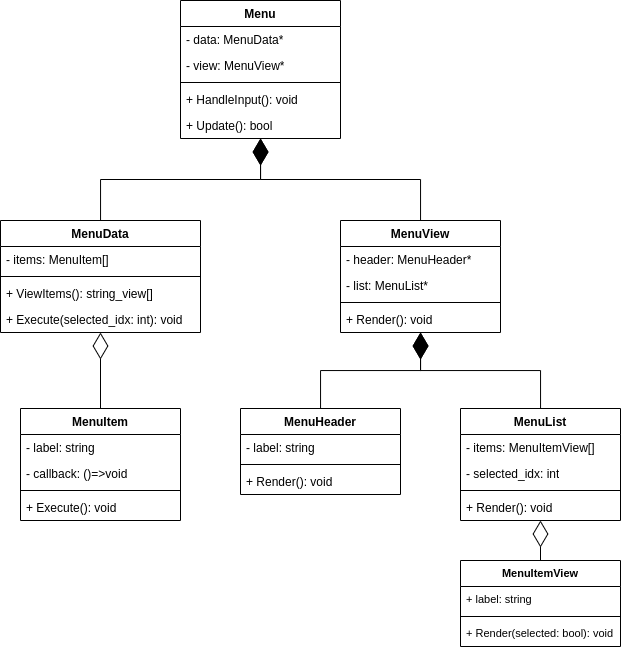
Before: docs/diagrams/classes.drawio.png, a diagram exported from draw.io (fpmi-tp2023/labrabota5pr2-fluffy-kittens). Source tidied: cells renumbered, new cells last; positions are measured from the earlier drawing's top-left corner, leaving out a move shared by most shapes. The source it was exported from:
```xml
<mxGraphModel>
  <root>
    <mxCell id="0" />
    <mxCell id="1" parent="0" />
    <mxCell id="2" value="Menu" style="swimlane;fontStyle=1;align=center;verticalAlign=top;horizontal=1;startSize=26;whiteSpace=wrap;html=1;" parent="1" vertex="1">
      <mxGeometry x="180" width="160" height="138" as="geometry" />
    </mxCell>
    <mxCell id="3" value="- data: MenuData*" style="text;strokeColor=none;fillColor=none;align=left;verticalAlign=top;spacingLeft=4;spacingRight=4;overflow=hidden;whiteSpace=wrap;html=1;" parent="2" vertex="1">
      <mxGeometry y="26" width="160" height="26" as="geometry" />
    </mxCell>
    <mxCell id="4" value="- view: MenuView*" style="text;strokeColor=none;fillColor=none;align=left;verticalAlign=top;spacingLeft=4;spacingRight=4;overflow=hidden;whiteSpace=wrap;html=1;" parent="2" vertex="1">
      <mxGeometry y="52" width="160" height="26" as="geometry" />
    </mxCell>
    <mxCell id="5" style="line;strokeWidth=1;fillColor=none;align=left;verticalAlign=middle;spacingTop=-1;spacingLeft=3;spacingRight=3;labelPosition=right;strokeColor=inherit;" parent="2" vertex="1">
      <mxGeometry y="78" width="160" height="8" as="geometry" />
    </mxCell>
    <mxCell id="6" value="+ HandleInput(): void" style="text;strokeColor=none;fillColor=none;align=left;verticalAlign=top;spacingLeft=4;spacingRight=4;overflow=hidden;whiteSpace=wrap;html=1;" parent="2" vertex="1">
      <mxGeometry y="86" width="160" height="26" as="geometry" />
    </mxCell>
    <mxCell id="7" value="+ Update(): bool" style="text;strokeColor=none;fillColor=none;align=left;verticalAlign=top;spacingLeft=4;spacingRight=4;overflow=hidden;whiteSpace=wrap;html=1;" parent="2" vertex="1">
      <mxGeometry y="112" width="160" height="26" as="geometry" />
    </mxCell>
    <mxCell id="8" value="MenuData" style="swimlane;fontStyle=1;align=center;verticalAlign=top;horizontal=1;startSize=26;whiteSpace=wrap;html=1;" parent="1" vertex="1">
      <mxGeometry y="220" width="200" height="112" as="geometry" />
    </mxCell>
    <mxCell id="9" value="- items: MenuItem[]" style="text;strokeColor=none;fillColor=none;align=left;verticalAlign=top;spacingLeft=4;spacingRight=4;overflow=hidden;whiteSpace=wrap;html=1;" parent="8" vertex="1">
      <mxGeometry y="26" width="200" height="26" as="geometry" />
    </mxCell>
    <mxCell id="10" style="line;strokeWidth=1;fillColor=none;align=left;verticalAlign=middle;spacingTop=-1;spacingLeft=3;spacingRight=3;labelPosition=right;strokeColor=inherit;" parent="8" vertex="1">
      <mxGeometry y="52" width="200" height="8" as="geometry" />
    </mxCell>
    <mxCell id="11" value="+ ViewItems(): string_view[]" style="text;strokeColor=none;fillColor=none;align=left;verticalAlign=top;spacingLeft=4;spacingRight=4;overflow=hidden;whiteSpace=wrap;html=1;" parent="8" vertex="1">
      <mxGeometry y="60" width="200" height="26" as="geometry" />
    </mxCell>
    <mxCell id="12" value="+ Execute(selected_idx: int): void" style="text;strokeColor=none;fillColor=none;align=left;verticalAlign=top;spacingLeft=4;spacingRight=4;overflow=hidden;whiteSpace=wrap;html=1;" parent="8" vertex="1">
      <mxGeometry y="86" width="200" height="26" as="geometry" />
    </mxCell>
    <mxCell id="13" value="MenuView" style="swimlane;fontStyle=1;align=center;verticalAlign=top;horizontal=1;startSize=26;whiteSpace=wrap;html=1;" parent="1" vertex="1">
      <mxGeometry x="340" y="220" width="160" height="112" as="geometry" />
    </mxCell>
    <mxCell id="14" value="- header: MenuHeader*" style="text;strokeColor=none;fillColor=none;align=left;verticalAlign=top;spacingLeft=4;spacingRight=4;overflow=hidden;whiteSpace=wrap;html=1;" parent="13" vertex="1">
      <mxGeometry y="26" width="160" height="26" as="geometry" />
    </mxCell>
    <mxCell id="15" value="- list: MenuList*" style="text;strokeColor=none;fillColor=none;align=left;verticalAlign=top;spacingLeft=4;spacingRight=4;overflow=hidden;whiteSpace=wrap;html=1;" parent="13" vertex="1">
      <mxGeometry y="52" width="160" height="26" as="geometry" />
    </mxCell>
    <mxCell id="16" style="line;strokeWidth=1;fillColor=none;align=left;verticalAlign=middle;spacingTop=-1;spacingLeft=3;spacingRight=3;labelPosition=right;strokeColor=inherit;" parent="13" vertex="1">
      <mxGeometry y="78" width="160" height="8" as="geometry" />
    </mxCell>
    <mxCell id="17" value="+ Render(): void" style="text;strokeColor=none;fillColor=none;align=left;verticalAlign=top;spacingLeft=4;spacingRight=4;overflow=hidden;whiteSpace=wrap;html=1;" parent="13" vertex="1">
      <mxGeometry y="86" width="160" height="26" as="geometry" />
    </mxCell>
    <mxCell id="18" value="MenuItem" style="swimlane;fontStyle=1;align=center;verticalAlign=top;horizontal=1;startSize=26;whiteSpace=wrap;html=1;" parent="1" vertex="1">
      <mxGeometry x="20" y="408" width="160" height="112" as="geometry" />
    </mxCell>
    <mxCell id="19" value="- label: string" style="text;strokeColor=none;fillColor=none;align=left;verticalAlign=top;spacingLeft=4;spacingRight=4;overflow=hidden;whiteSpace=wrap;html=1;" parent="18" vertex="1">
      <mxGeometry y="26" width="160" height="26" as="geometry" />
    </mxCell>
    <mxCell id="20" value="- callback: ()=&amp;gt;void" style="text;strokeColor=none;fillColor=none;align=left;verticalAlign=top;spacingLeft=4;spacingRight=4;overflow=hidden;whiteSpace=wrap;html=1;" parent="18" vertex="1">
      <mxGeometry y="52" width="160" height="26" as="geometry" />
    </mxCell>
    <mxCell id="21" style="line;strokeWidth=1;fillColor=none;align=left;verticalAlign=middle;spacingTop=-1;spacingLeft=3;spacingRight=3;labelPosition=right;strokeColor=inherit;" parent="18" vertex="1">
      <mxGeometry y="78" width="160" height="8" as="geometry" />
    </mxCell>
    <mxCell id="22" value="+ Execute(): void" style="text;strokeColor=none;fillColor=none;align=left;verticalAlign=top;spacingLeft=4;spacingRight=4;overflow=hidden;whiteSpace=wrap;html=1;" parent="18" vertex="1">
      <mxGeometry y="86" width="160" height="26" as="geometry" />
    </mxCell>
    <mxCell id="23" value="MenuHeader" style="swimlane;fontStyle=1;align=center;verticalAlign=top;horizontal=1;startSize=26;whiteSpace=wrap;html=1;" parent="1" vertex="1">
      <mxGeometry x="240" y="408" width="160" height="86" as="geometry" />
    </mxCell>
    <mxCell id="24" value="- label: string" style="text;strokeColor=none;fillColor=none;align=left;verticalAlign=top;spacingLeft=4;spacingRight=4;overflow=hidden;whiteSpace=wrap;html=1;" parent="23" vertex="1">
      <mxGeometry y="26" width="160" height="26" as="geometry" />
    </mxCell>
    <mxCell id="25" style="line;strokeWidth=1;fillColor=none;align=left;verticalAlign=middle;spacingTop=-1;spacingLeft=3;spacingRight=3;labelPosition=right;strokeColor=inherit;" parent="23" vertex="1">
      <mxGeometry y="52" width="160" height="8" as="geometry" />
    </mxCell>
    <mxCell id="26" value="+ Render(): void" style="text;strokeColor=none;fillColor=none;align=left;verticalAlign=top;spacingLeft=4;spacingRight=4;overflow=hidden;whiteSpace=wrap;html=1;" parent="23" vertex="1">
      <mxGeometry y="60" width="160" height="26" as="geometry" />
    </mxCell>
    <mxCell id="27" value="MenuList" style="swimlane;fontStyle=1;align=center;verticalAlign=top;horizontal=1;startSize=26;whiteSpace=wrap;html=1;" parent="1" vertex="1">
      <mxGeometry x="460" y="408" width="160" height="112" as="geometry" />
    </mxCell>
    <mxCell id="28" value="- items: MenuItemView[]" style="text;strokeColor=none;fillColor=none;align=left;verticalAlign=top;spacingLeft=4;spacingRight=4;overflow=hidden;whiteSpace=wrap;html=1;" parent="27" vertex="1">
      <mxGeometry y="26" width="160" height="26" as="geometry" />
    </mxCell>
    <mxCell id="29" value="- selected_idx: int" style="text;strokeColor=none;fillColor=none;align=left;verticalAlign=top;spacingLeft=4;spacingRight=4;overflow=hidden;whiteSpace=wrap;html=1;" parent="27" vertex="1">
      <mxGeometry y="52" width="160" height="26" as="geometry" />
    </mxCell>
    <mxCell id="30" style="line;strokeWidth=1;fillColor=none;align=left;verticalAlign=middle;spacingTop=-1;spacingLeft=3;spacingRight=3;labelPosition=right;strokeColor=inherit;" parent="27" vertex="1">
      <mxGeometry y="78" width="160" height="8" as="geometry" />
    </mxCell>
    <mxCell id="31" value="+ Render(): void" style="text;strokeColor=none;fillColor=none;align=left;verticalAlign=top;spacingLeft=4;spacingRight=4;overflow=hidden;whiteSpace=wrap;html=1;" parent="27" vertex="1">
      <mxGeometry y="86" width="160" height="26" as="geometry" />
    </mxCell>
    <mxCell id="32" style="endArrow=diamondThin;endFill=1;endSize=24;html=1;rounded=0;edgeStyle=orthogonalEdgeStyle;" parent="1" edge="1" source="8" target="2">
      <mxGeometry relative="1" as="geometry" />
    </mxCell>
    <mxCell id="33" style="endArrow=diamondThin;endFill=1;endSize=24;html=1;rounded=0;edgeStyle=orthogonalEdgeStyle;" parent="1" edge="1" source="13" target="2">
      <mxGeometry relative="1" as="geometry" />
    </mxCell>
    <mxCell id="34" style="endArrow=diamondThin;endFill=0;endSize=24;html=1;rounded=0;labelBackgroundColor=default;strokeColor=default;fontFamily=Helvetica;fontSize=11;fontColor=default;shape=connector;" parent="1" edge="1" source="18" target="8">
      <mxGeometry relative="1" as="geometry" />
    </mxCell>
    <mxCell id="35" style="endArrow=diamondThin;endFill=1;endSize=24;html=1;rounded=0;labelBackgroundColor=default;strokeColor=default;fontFamily=Helvetica;fontSize=11;fontColor=default;shape=connector;edgeStyle=orthogonalEdgeStyle;" parent="1" edge="1" source="23" target="13">
      <mxGeometry relative="1" as="geometry" />
    </mxCell>
    <mxCell id="36" style="endArrow=diamondThin;endFill=1;endSize=24;html=1;rounded=0;labelBackgroundColor=default;strokeColor=default;fontFamily=Helvetica;fontSize=11;fontColor=default;shape=connector;edgeStyle=orthogonalEdgeStyle;" parent="1" edge="1" source="27" target="13">
      <mxGeometry relative="1" as="geometry" />
    </mxCell>
    <mxCell id="37" value="MenuItemView" style="swimlane;fontStyle=1;align=center;verticalAlign=top;horizontal=1;startSize=26;whiteSpace=wrap;html=1;fontFamily=Helvetica;fontSize=11;fontColor=default;" parent="1" vertex="1">
      <mxGeometry x="460" y="560" width="160" height="86" as="geometry" />
    </mxCell>
    <mxCell id="38" value="+ label: string" style="text;strokeColor=none;fillColor=none;align=left;verticalAlign=top;spacingLeft=4;spacingRight=4;overflow=hidden;whiteSpace=wrap;html=1;fontSize=11;fontFamily=Helvetica;fontColor=default;" parent="37" vertex="1">
      <mxGeometry y="26" width="160" height="26" as="geometry" />
    </mxCell>
    <mxCell id="39" style="line;strokeWidth=1;fillColor=none;align=left;verticalAlign=middle;spacingTop=-1;spacingLeft=3;spacingRight=3;labelPosition=right;strokeColor=inherit;fontFamily=Helvetica;fontSize=11;fontColor=default;" parent="37" vertex="1">
      <mxGeometry y="52" width="160" height="8" as="geometry" />
    </mxCell>
    <mxCell id="40" value="+ Render(selected: bool): void" style="text;strokeColor=none;fillColor=none;align=left;verticalAlign=top;spacingLeft=4;spacingRight=4;overflow=hidden;whiteSpace=wrap;html=1;fontSize=11;fontFamily=Helvetica;fontColor=default;" parent="37" vertex="1">
      <mxGeometry y="60" width="160" height="26" as="geometry" />
    </mxCell>
    <mxCell id="41" style="endArrow=diamondThin;endFill=0;endSize=24;html=1;rounded=0;labelBackgroundColor=default;strokeColor=default;fontFamily=Helvetica;fontSize=11;fontColor=default;shape=connector;edgeStyle=orthogonalEdgeStyle;" parent="1" edge="1" source="37" target="27">
      <mxGeometry relative="1" as="geometry" />
    </mxCell>
  </root>
</mxGraphModel>
```
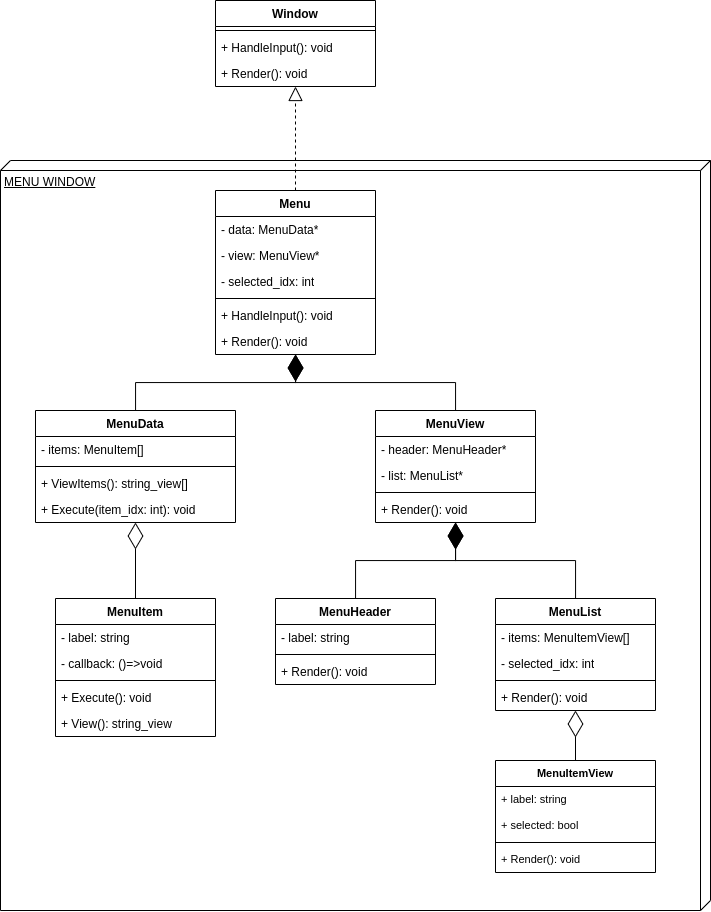
The same diagram one commit later.

Commit message:
docs: finish menu class block

The edit, as a diff of the source:
```diff
@@ -2,8 +2,11 @@
   <root>
     <mxCell id="0" />
     <mxCell id="1" parent="0" />
+    <mxCell id="42" value="MENU WINDOW" style="verticalAlign=top;align=left;spacingTop=8;spacingLeft=2;spacingRight=12;shape=cube;size=10;direction=south;fontStyle=4;html=1;whiteSpace=wrap;" parent="1" vertex="1">
+      <mxGeometry x="-35" y="-30" width="710" height="750" as="geometry" />
+    </mxCell>
     <mxCell id="2" value="Menu" style="swimlane;fontStyle=1;align=center;verticalAlign=top;horizontal=1;startSize=26;whiteSpace=wrap;html=1;" parent="1" vertex="1">
-      <mxGeometry x="180" width="160" height="138" as="geometry" />
+      <mxGeometry x="180" width="160" height="164" as="geometry" />
     </mxCell>
     <mxCell id="3" value="- data: MenuData*" style="text;strokeColor=none;fillColor=none;align=left;verticalAlign=top;spacingLeft=4;spacingRight=4;overflow=hidden;whiteSpace=wrap;html=1;" parent="2" vertex="1">
       <mxGeometry y="26" width="160" height="26" as="geometry" />
@@ -11,14 +14,17 @@
     <mxCell id="4" value="- view: MenuView*" style="text;strokeColor=none;fillColor=none;align=left;verticalAlign=top;spacingLeft=4;spacingRight=4;overflow=hidden;whiteSpace=wrap;html=1;" parent="2" vertex="1">
       <mxGeometry y="52" width="160" height="26" as="geometry" />
     </mxCell>
+    <mxCell id="43" value="- selected_idx: int" style="text;strokeColor=none;fillColor=none;align=left;verticalAlign=top;spacingLeft=4;spacingRight=4;overflow=hidden;whiteSpace=wrap;html=1;" parent="2" vertex="1">
+      <mxGeometry y="78" width="160" height="26" as="geometry" />
+    </mxCell>
     <mxCell id="5" style="line;strokeWidth=1;fillColor=none;align=left;verticalAlign=middle;spacingTop=-1;spacingLeft=3;spacingRight=3;labelPosition=right;strokeColor=inherit;" parent="2" vertex="1">
-      <mxGeometry y="78" width="160" height="8" as="geometry" />
+      <mxGeometry y="104" width="160" height="8" as="geometry" />
     </mxCell>
     <mxCell id="6" value="+ HandleInput(): void" style="text;strokeColor=none;fillColor=none;align=left;verticalAlign=top;spacingLeft=4;spacingRight=4;overflow=hidden;whiteSpace=wrap;html=1;" parent="2" vertex="1">
-      <mxGeometry y="86" width="160" height="26" as="geometry" />
+      <mxGeometry y="112" width="160" height="26" as="geometry" />
     </mxCell>
-    <mxCell id="7" value="+ Update(): bool" style="text;strokeColor=none;fillColor=none;align=left;verticalAlign=top;spacingLeft=4;spacingRight=4;overflow=hidden;whiteSpace=wrap;html=1;" parent="2" vertex="1">
-      <mxGeometry y="112" width="160" height="26" as="geometry" />
+    <mxCell id="7" value="+ Render(): void" style="text;strokeColor=none;fillColor=none;align=left;verticalAlign=top;spacingLeft=4;spacingRight=4;overflow=hidden;whiteSpace=wrap;html=1;" parent="2" vertex="1">
+      <mxGeometry y="138" width="160" height="26" as="geometry" />
     </mxCell>
     <mxCell id="8" value="MenuData" style="swimlane;fontStyle=1;align=center;verticalAlign=top;horizontal=1;startSize=26;whiteSpace=wrap;html=1;" parent="1" vertex="1">
       <mxGeometry y="220" width="200" height="112" as="geometry" />
@@ -32,7 +38,7 @@
     <mxCell id="11" value="+ ViewItems(): string_view[]" style="text;strokeColor=none;fillColor=none;align=left;verticalAlign=top;spacingLeft=4;spacingRight=4;overflow=hidden;whiteSpace=wrap;html=1;" parent="8" vertex="1">
       <mxGeometry y="60" width="200" height="26" as="geometry" />
     </mxCell>
-    <mxCell id="12" value="+ Execute(selected_idx: int): void" style="text;strokeColor=none;fillColor=none;align=left;verticalAlign=top;spacingLeft=4;spacingRight=4;overflow=hidden;whiteSpace=wrap;html=1;" parent="8" vertex="1">
+    <mxCell id="12" value="+ Execute(item_idx: int): void" style="text;strokeColor=none;fillColor=none;align=left;verticalAlign=top;spacingLeft=4;spacingRight=4;overflow=hidden;whiteSpace=wrap;html=1;" parent="8" vertex="1">
       <mxGeometry y="86" width="200" height="26" as="geometry" />
     </mxCell>
     <mxCell id="13" value="MenuView" style="swimlane;fontStyle=1;align=center;verticalAlign=top;horizontal=1;startSize=26;whiteSpace=wrap;html=1;" parent="1" vertex="1">
@@ -51,7 +57,7 @@
       <mxGeometry y="86" width="160" height="26" as="geometry" />
     </mxCell>
     <mxCell id="18" value="MenuItem" style="swimlane;fontStyle=1;align=center;verticalAlign=top;horizontal=1;startSize=26;whiteSpace=wrap;html=1;" parent="1" vertex="1">
-      <mxGeometry x="20" y="408" width="160" height="112" as="geometry" />
+      <mxGeometry x="20" y="408" width="160" height="138" as="geometry" />
     </mxCell>
     <mxCell id="19" value="- label: string" style="text;strokeColor=none;fillColor=none;align=left;verticalAlign=top;spacingLeft=4;spacingRight=4;overflow=hidden;whiteSpace=wrap;html=1;" parent="18" vertex="1">
       <mxGeometry y="26" width="160" height="26" as="geometry" />
@@ -65,6 +71,9 @@
     <mxCell id="22" value="+ Execute(): void" style="text;strokeColor=none;fillColor=none;align=left;verticalAlign=top;spacingLeft=4;spacingRight=4;overflow=hidden;whiteSpace=wrap;html=1;" parent="18" vertex="1">
       <mxGeometry y="86" width="160" height="26" as="geometry" />
     </mxCell>
+    <mxCell id="44" value="+ View(): string_view" style="text;strokeColor=none;fillColor=none;align=left;verticalAlign=top;spacingLeft=4;spacingRight=4;overflow=hidden;whiteSpace=wrap;html=1;" parent="18" vertex="1">
+      <mxGeometry y="112" width="160" height="26" as="geometry" />
+    </mxCell>
     <mxCell id="23" value="MenuHeader" style="swimlane;fontStyle=1;align=center;verticalAlign=top;horizontal=1;startSize=26;whiteSpace=wrap;html=1;" parent="1" vertex="1">
       <mxGeometry x="240" y="408" width="160" height="86" as="geometry" />
     </mxCell>
@@ -108,19 +117,37 @@
       <mxGeometry relative="1" as="geometry" />
     </mxCell>
     <mxCell id="37" value="MenuItemView" style="swimlane;fontStyle=1;align=center;verticalAlign=top;horizontal=1;startSize=26;whiteSpace=wrap;html=1;fontFamily=Helvetica;fontSize=11;fontColor=default;" parent="1" vertex="1">
-      <mxGeometry x="460" y="560" width="160" height="86" as="geometry" />
+      <mxGeometry x="460" y="570" width="160" height="112" as="geometry" />
     </mxCell>
     <mxCell id="38" value="+ label: string" style="text;strokeColor=none;fillColor=none;align=left;verticalAlign=top;spacingLeft=4;spacingRight=4;overflow=hidden;whiteSpace=wrap;html=1;fontSize=11;fontFamily=Helvetica;fontColor=default;" parent="37" vertex="1">
       <mxGeometry y="26" width="160" height="26" as="geometry" />
     </mxCell>
+    <mxCell id="45" value="+ selected: bool" style="text;strokeColor=none;fillColor=none;align=left;verticalAlign=top;spacingLeft=4;spacingRight=4;overflow=hidden;whiteSpace=wrap;html=1;fontSize=11;fontFamily=Helvetica;fontColor=default;" parent="37" vertex="1">
+      <mxGeometry y="52" width="160" height="26" as="geometry" />
+    </mxCell>
     <mxCell id="39" style="line;strokeWidth=1;fillColor=none;align=left;verticalAlign=middle;spacingTop=-1;spacingLeft=3;spacingRight=3;labelPosition=right;strokeColor=inherit;fontFamily=Helvetica;fontSize=11;fontColor=default;" parent="37" vertex="1">
-      <mxGeometry y="52" width="160" height="8" as="geometry" />
+      <mxGeometry y="78" width="160" height="8" as="geometry" />
     </mxCell>
-    <mxCell id="40" value="+ Render(selected: bool): void" style="text;strokeColor=none;fillColor=none;align=left;verticalAlign=top;spacingLeft=4;spacingRight=4;overflow=hidden;whiteSpace=wrap;html=1;fontSize=11;fontFamily=Helvetica;fontColor=default;" parent="37" vertex="1">
-      <mxGeometry y="60" width="160" height="26" as="geometry" />
+    <mxCell id="40" value="+ Render(): void" style="text;strokeColor=none;fillColor=none;align=left;verticalAlign=top;spacingLeft=4;spacingRight=4;overflow=hidden;whiteSpace=wrap;html=1;fontSize=11;fontFamily=Helvetica;fontColor=default;" parent="37" vertex="1">
+      <mxGeometry y="86" width="160" height="26" as="geometry" />
     </mxCell>
     <mxCell id="41" style="endArrow=diamondThin;endFill=0;endSize=24;html=1;rounded=0;labelBackgroundColor=default;strokeColor=default;fontFamily=Helvetica;fontSize=11;fontColor=default;shape=connector;edgeStyle=orthogonalEdgeStyle;" parent="1" edge="1" source="37" target="27">
       <mxGeometry relative="1" as="geometry" />
     </mxCell>
+    <mxCell id="46" value="Window" style="swimlane;fontStyle=1;align=center;verticalAlign=top;horizontal=1;startSize=26;whiteSpace=wrap;html=1;" parent="1" vertex="1">
+      <mxGeometry x="180" y="-190" width="160" height="86" as="geometry" />
+    </mxCell>
+    <mxCell id="47" style="line;strokeWidth=1;fillColor=none;align=left;verticalAlign=middle;spacingTop=-1;spacingLeft=3;spacingRight=3;labelPosition=right;strokeColor=inherit;" parent="46" vertex="1">
+      <mxGeometry y="26" width="160" height="8" as="geometry" />
+    </mxCell>
+    <mxCell id="48" value="+ HandleInput(): void" style="text;strokeColor=none;fillColor=none;align=left;verticalAlign=top;spacingLeft=4;spacingRight=4;overflow=hidden;whiteSpace=wrap;html=1;" parent="46" vertex="1">
+      <mxGeometry y="34" width="160" height="26" as="geometry" />
+    </mxCell>
+    <mxCell id="49" value="+ Render(): void" style="text;strokeColor=none;fillColor=none;align=left;verticalAlign=top;spacingLeft=4;spacingRight=4;overflow=hidden;whiteSpace=wrap;html=1;" parent="46" vertex="1">
+      <mxGeometry y="60" width="160" height="26" as="geometry" />
+    </mxCell>
+    <mxCell id="50" style="endArrow=block;dashed=1;endFill=0;endSize=12;html=1;rounded=0;" parent="1" edge="1" source="2" target="46">
+      <mxGeometry relative="1" as="geometry" />
+    </mxCell>
   </root>
 </mxGraphModel>
```
